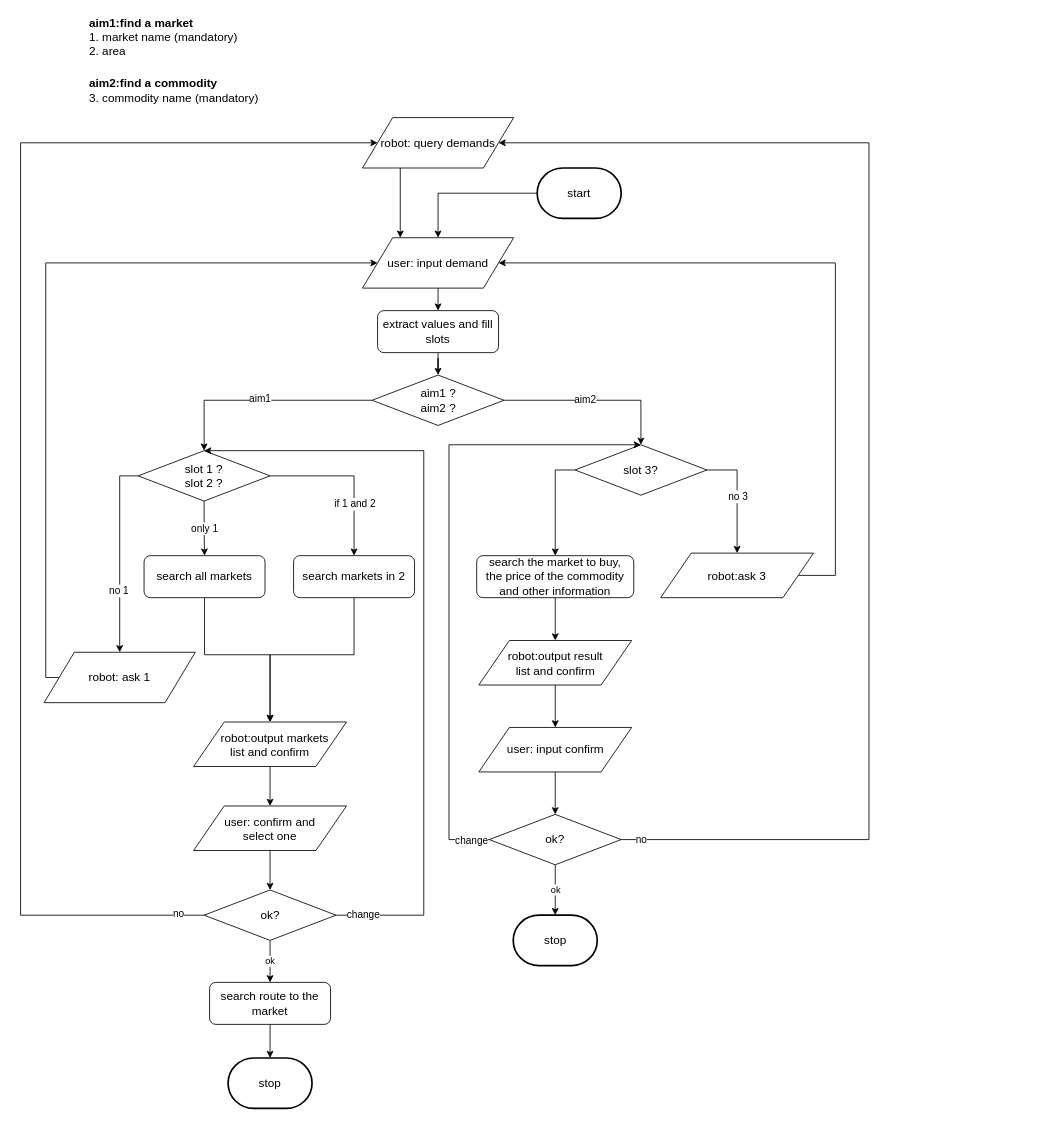
The draw.io diagram flow_diagram/shopping.drawio in ricosr/travel_consult_chatbot, before the edit. Source tidied: cells renumbered, new cells numbered last; positions are measured from the earlier drawing's top-left corner, leaving out a move shared by most shapes. Both pictures are drawn from the tidied source at 84%, with x=0, y=0 at pixel (20, 14).
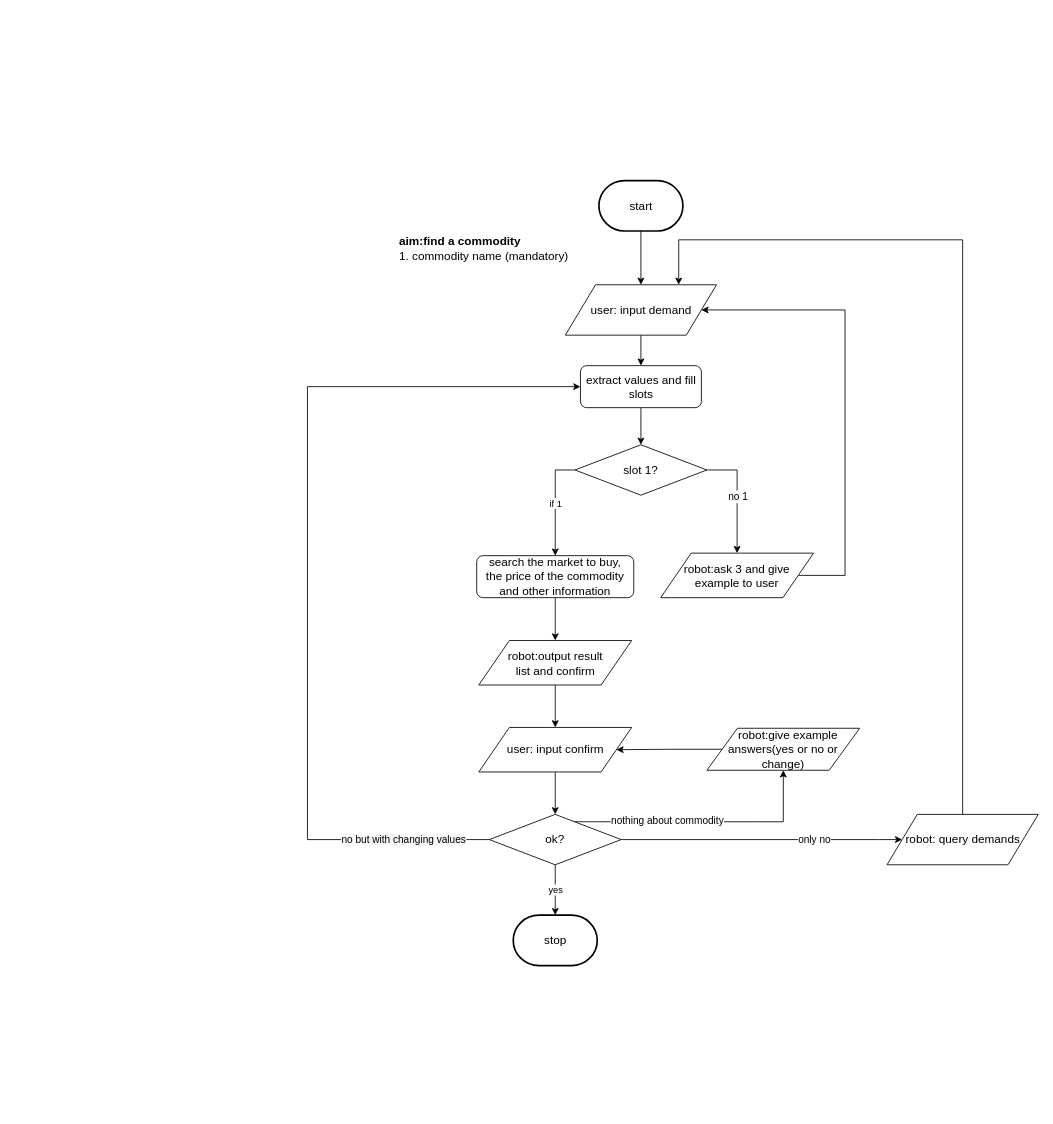
Above is the later version.

Unchanged cells that the change refers to:
```xml
<mxCell id="22" style="edgeStyle=orthogonalEdgeStyle;rounded=0;jettySize=auto;html=1;exitX=1;exitY=0.5;exitDx=0;exitDy=0;entryX=0.5;entryY=0;entryDx=0;entryDy=0;" parent="1" edge="1" source="25" target="57">
  <mxGeometry relative="1" as="geometry" />
</mxCell>
<mxCell id="28" value="&lt;span style=&quot;font-size: 14px&quot;&gt;search the market to buy,&lt;br&gt;the price of the commodity and other information&lt;br&gt;&lt;/span&gt;" style="rounded=1;whiteSpace=wrap;html=1;" parent="1" vertex="1">
  <mxGeometry x="543" y="644" width="187" height="50" as="geometry" />
</mxCell>
<mxCell id="43" value="&lt;font style=&quot;font-size: 14px&quot;&gt;ok?&lt;br&gt;&lt;/font&gt;" style="rhombus;whiteSpace=wrap;html=1;" parent="1" vertex="1">
  <mxGeometry x="558" y="952" width="157" height="60" as="geometry" />
</mxCell>
<mxCell id="54" value="&lt;font style=&quot;font-size: 14px&quot;&gt;stop&lt;/font&gt;" style="strokeWidth=2;html=1;shape=mxgraph.flowchart.terminator;whiteSpace=wrap;" parent="1" vertex="1">
  <mxGeometry x="586.5" y="1072" width="100" height="60" as="geometry" />
</mxCell>
<mxCell id="56" value="&lt;span style=&quot;font-size: 14px&quot;&gt;user: input confirm&lt;/span&gt;" style="shape=parallelogram;perimeter=parallelogramPerimeter;whiteSpace=wrap;html=1;" parent="1" vertex="1">
  <mxGeometry x="545.5" y="848.5" width="182" height="53" as="geometry" />
</mxCell>
```

Change to the diagram source:
```diff
@@
-    <mxCell id="2" style="edgeStyle=orthogonalEdgeStyle;rounded=0;jettySize=auto;html=1;exitX=0;exitY=0.5;exitDx=0;exitDy=0;entryX=0.5;entryY=0;entryDx=0;entryDy=0;" parent="1" edge="1" source="6" target="18">
-      <mxGeometry relative="1" as="geometry" />
-    </mxCell>
-    <mxCell id="3" value="aim1" style="text;html=1;align=center;verticalAlign=middle;labelBackgroundColor=#ffffff;" parent="2" vertex="1">
-      <mxGeometry x="0.03" y="-2" relative="1" as="geometry" />
-    </mxCell>
-    <mxCell id="4" style="edgeStyle=orthogonalEdgeStyle;rounded=0;jettySize=auto;html=1;exitX=1;exitY=0.5;exitDx=0;exitDy=0;entryX=0.5;entryY=0;entryDx=0;entryDy=0;" parent="1" edge="1" source="6" target="25">
-      <mxGeometry relative="1" as="geometry" />
-    </mxCell>
-    <mxCell id="5" value="aim2" style="text;html=1;align=center;verticalAlign=middle;labelBackgroundColor=#ffffff;" parent="4" vertex="1">
-      <mxGeometry x="-0.11" y="1" relative="1" as="geometry" />
-    </mxCell>
-    <mxCell id="6" value="&lt;font style=&quot;font-size: 14px&quot;&gt;aim1 ?&lt;br&gt;aim2 ?&lt;/font&gt;" style="rhombus;whiteSpace=wrap;html=1;" parent="1" vertex="1">
-      <mxGeometry x="418.5" y="429" width="157" height="60" as="geometry" />
-    </mxCell>
-    <mxCell id="7" value="&lt;font style=&quot;font-size: 14px&quot;&gt;&lt;b&gt;aim1:find a market&lt;/b&gt;&lt;br&gt;1. market name (mandatory)&lt;br&gt;2. area&lt;br&gt;&lt;/font&gt;" style="text;html=1;strokeColor=none;fillColor=none;align=left;verticalAlign=middle;whiteSpace=wrap;rounded=0;" parent="1" vertex="1">
-      <mxGeometry x="80" y="-0.5" width="191" height="55" as="geometry" />
-    </mxCell>
-    <mxCell id="8" value="&lt;font style=&quot;font-size: 14px&quot;&gt;&lt;b&gt;aim2:find a commodity&lt;/b&gt;&lt;br&gt;3.&amp;nbsp;commodity&amp;nbsp;name (mandatory)&lt;br&gt;&lt;/font&gt;" style="text;html=1;strokeColor=none;fillColor=none;align=left;verticalAlign=middle;whiteSpace=wrap;rounded=0;" parent="1" vertex="1">
-      <mxGeometry x="80" y="60" width="211" height="60" as="geometry" />
+    <mxCell id="8" value="&lt;font style=&quot;font-size: 14px&quot;&gt;&lt;b&gt;aim:find a commodity&lt;/b&gt;&lt;br&gt;1.&amp;nbsp;commodity&amp;nbsp;name (mandatory)&lt;br&gt;&lt;/font&gt;" style="text;html=1;strokeColor=none;fillColor=none;align=left;verticalAlign=middle;whiteSpace=wrap;rounded=0;" parent="1" vertex="1">
+      <mxGeometry x="449" y="248" width="211" height="60" as="geometry" />
     </mxCell>
@@
-    <mxCell id="10" style="edgeStyle=orthogonalEdgeStyle;rounded=0;jettySize=auto;html=1;exitX=0.5;exitY=1;exitDx=0;exitDy=0;entryX=0.5;entryY=0;entryDx=0;entryDy=0;" parent="1" edge="1" source="11" target="52">
-      <mxGeometry relative="1" as="geometry">
-        <Array as="points">
-          <mxPoint x="219" y="762" />
-          <mxPoint x="297" y="762" />
-        </Array>
-      </mxGeometry>
-    </mxCell>
-    <mxCell id="11" value="&lt;span style=&quot;font-size: 14px&quot;&gt;search all markets&lt;/span&gt;" style="rounded=1;whiteSpace=wrap;html=1;" parent="1" vertex="1">
-      <mxGeometry x="147" y="644" width="144" height="50" as="geometry" />
-    </mxCell>
-    <mxCell id="12" style="edgeStyle=orthogonalEdgeStyle;rounded=0;jettySize=auto;html=1;exitX=0;exitY=0.5;exitDx=0;exitDy=0;entryX=0.5;entryY=0;entryDx=0;entryDy=0;" parent="1" edge="1" source="18" target="51">
-      <mxGeometry relative="1" as="geometry" />
-    </mxCell>
-    <mxCell id="13" value="no 1" style="text;html=1;align=center;verticalAlign=middle;labelBackgroundColor=#ffffff;" parent="12" vertex="1">
-      <mxGeometry x="0.36" y="-2" relative="1" as="geometry" />
-    </mxCell>
-    <mxCell id="14" style="edgeStyle=orthogonalEdgeStyle;rounded=0;jettySize=auto;html=1;exitX=1;exitY=0.5;exitDx=0;exitDy=0;entryX=0.5;entryY=0;entryDx=0;entryDy=0;" parent="1" edge="1" source="18" target="20">
-      <mxGeometry relative="1" as="geometry" />
-    </mxCell>
-    <mxCell id="15" value="if 1 and 2" style="text;html=1;align=center;verticalAlign=middle;labelBackgroundColor=#ffffff;" parent="14" vertex="1">
-      <mxGeometry x="0.36" relative="1" as="geometry" />
-    </mxCell>
-    <mxCell id="16" style="edgeStyle=orthogonalEdgeStyle;rounded=0;jettySize=auto;html=1;exitX=0.5;exitY=1;exitDx=0;exitDy=0;entryX=0.5;entryY=0;entryDx=0;entryDy=0;" parent="1" edge="1" source="18" target="11">
-      <mxGeometry relative="1" as="geometry" />
-    </mxCell>
-    <mxCell id="17" value="only 1" style="text;html=1;align=center;verticalAlign=middle;labelBackgroundColor=#ffffff;" parent="16" vertex="1">
-      <mxGeometry y="-23" relative="1" as="geometry">
-        <mxPoint x="22.5" as="offset" />
-      </mxGeometry>
-    </mxCell>
-    <mxCell id="18" value="&lt;font style=&quot;font-size: 14px&quot;&gt;slot 1 ?&lt;br&gt;slot 2 ?&lt;br&gt;&lt;/font&gt;" style="rhombus;whiteSpace=wrap;html=1;" parent="1" vertex="1">
-      <mxGeometry x="140" y="519" width="157" height="60" as="geometry" />
-    </mxCell>
-    <mxCell id="19" style="edgeStyle=orthogonalEdgeStyle;rounded=0;jettySize=auto;html=1;exitX=0.5;exitY=1;exitDx=0;exitDy=0;entryX=0.5;entryY=0;entryDx=0;entryDy=0;" parent="1" edge="1" source="20" target="52">
-      <mxGeometry relative="1" as="geometry">
-        <Array as="points">
-          <mxPoint x="397" y="762" />
-          <mxPoint x="297" y="762" />
-        </Array>
-      </mxGeometry>
-    </mxCell>
-    <mxCell id="20" value="&lt;span style=&quot;font-size: 14px&quot;&gt;search markets in 2&lt;/span&gt;" style="rounded=1;whiteSpace=wrap;html=1;" parent="1" vertex="1">
-      <mxGeometry x="325" y="644" width="144" height="50" as="geometry" />
-    </mxCell>
-    <mxCell id="21" style="edgeStyle=orthogonalEdgeStyle;rounded=0;jettySize=auto;html=1;exitX=0.5;exitY=1;exitDx=0;exitDy=0;entryX=0.5;entryY=0;entryDx=0;entryDy=0;" parent="1" edge="1" source="52" target="53">
-      <mxGeometry relative="1" as="geometry" />
-    </mxCell>
@@
-    <mxCell id="23" value="no 3" style="text;html=1;align=center;verticalAlign=middle;labelBackgroundColor=#ffffff;" parent="22" vertex="1">
+    <mxCell id="23" value="no 1" style="text;html=1;align=center;verticalAlign=middle;labelBackgroundColor=#ffffff;" parent="22" vertex="1">
       <mxGeometry relative="1" as="geometry">
         <mxPoint y="-1" as="offset" />
       </mxGeometry>
     </mxCell>
-    <mxCell id="24" style="edgeStyle=orthogonalEdgeStyle;rounded=0;jettySize=auto;html=1;exitX=0;exitY=0.5;exitDx=0;exitDy=0;" parent="1" edge="1" source="25" target="28">
+    <mxCell id="24" value="if 1" style="edgeStyle=orthogonalEdgeStyle;rounded=0;jettySize=auto;html=1;exitX=0;exitY=0.5;exitDx=0;exitDy=0;" parent="1" edge="1" source="25" target="28">
       <mxGeometry relative="1" as="geometry" />
     </mxCell>
-    <mxCell id="25" value="&lt;font style=&quot;font-size: 14px&quot;&gt;slot 3?&lt;br&gt;&lt;/font&gt;" style="rhombus;whiteSpace=wrap;html=1;" parent="1" vertex="1">
+    <mxCell id="25" value="&lt;font style=&quot;font-size: 14px&quot;&gt;slot 1?&lt;br&gt;&lt;/font&gt;" style="rhombus;whiteSpace=wrap;html=1;" parent="1" vertex="1">
       <mxGeometry x="660" y="512" width="157" height="60" as="geometry" />
     </mxCell>
     <mxCell id="26" style="edgeStyle=orthogonalEdgeStyle;rounded=0;jettySize=auto;html=1;exitX=1;exitY=0.5;exitDx=0;exitDy=0;entryX=1;entryY=0.5;entryDx=0;entryDy=0;" parent="1" edge="1" source="57" target="49">
       <mxGeometry relative="1" as="geometry">
         <Array as="points">
-          <mxPoint x="926" y="667" />
-          <mxPoint x="970" y="667" />
-          <mxPoint x="970" y="296" />
+          <mxPoint x="981.5" y="668" />
+          <mxPoint x="981.5" y="352" />
         </Array>
       </mxGeometry>
     </mxCell>
@@
-    <mxCell id="30" value="ok" style="edgeStyle=orthogonalEdgeStyle;rounded=0;jettySize=auto;html=1;exitX=0.5;exitY=1;exitDx=0;exitDy=0;entryX=0.5;entryY=0;entryDx=0;entryDy=0;" parent="1" edge="1" source="35" target="59">
-      <mxGeometry relative="1" as="geometry" />
-    </mxCell>
-    <mxCell id="31" style="edgeStyle=orthogonalEdgeStyle;rounded=0;jettySize=auto;html=1;exitX=1;exitY=0.5;exitDx=0;exitDy=0;entryX=0.5;entryY=0;entryDx=0;entryDy=0;" parent="1" edge="1" source="35" target="18">
-      <mxGeometry relative="1" as="geometry">
-        <Array as="points">
-          <mxPoint x="480" y="1072" />
-          <mxPoint x="480" y="519" />
-        </Array>
-      </mxGeometry>
-    </mxCell>
-    <mxCell id="32" value="change" style="text;html=1;align=center;verticalAlign=middle;labelBackgroundColor=#ffffff;" parent="31" vertex="1">
-      <mxGeometry x="-0.93" y="1" relative="1" as="geometry" />
-    </mxCell>
-    <mxCell id="33" style="edgeStyle=orthogonalEdgeStyle;rounded=0;jettySize=auto;html=1;exitX=0;exitY=0.5;exitDx=0;exitDy=0;entryX=0;entryY=0.5;entryDx=0;entryDy=0;" parent="1" edge="1" source="35" target="48">
-      <mxGeometry relative="1" as="geometry">
-        <Array as="points">
-          <mxPoint y="1072" />
-          <mxPoint y="153" />
-        </Array>
-      </mxGeometry>
-    </mxCell>
-    <mxCell id="34" value="no" style="text;html=1;align=center;verticalAlign=middle;labelBackgroundColor=#ffffff;" parent="33" vertex="1">
-      <mxGeometry x="-0.96" y="-2" relative="1" as="geometry" />
-    </mxCell>
-    <mxCell id="35" value="&lt;font style=&quot;font-size: 14px&quot;&gt;ok?&lt;br&gt;&lt;/font&gt;" style="rhombus;whiteSpace=wrap;html=1;" parent="1" vertex="1">
-      <mxGeometry x="218.5" y="1042" width="157" height="60" as="geometry" />
-    </mxCell>
-    <mxCell id="36" style="edgeStyle=orthogonalEdgeStyle;rounded=0;jettySize=auto;html=1;exitX=0.5;exitY=1;exitDx=0;exitDy=0;" parent="1" edge="1" source="53" target="35">
-      <mxGeometry relative="1" as="geometry" />
-    </mxCell>
@@
-    <mxCell id="38" value="ok" style="edgeStyle=orthogonalEdgeStyle;rounded=0;jettySize=auto;html=1;entryX=0.5;entryY=0;entryDx=0;entryDy=0;entryPerimeter=0;" parent="1" edge="1" source="43" target="54">
-      <mxGeometry relative="1" as="geometry" />
+    <mxCell id="38" value="yes" style="edgeStyle=orthogonalEdgeStyle;rounded=0;jettySize=auto;html=1;entryX=0.5;entryY=0;entryDx=0;entryDy=0;entryPerimeter=0;" parent="1" edge="1" source="43" target="54">
+      <mxGeometry relative="1" as="geometry">
+        <Array as="points">
+          <mxPoint x="636.5" y="1038" />
+          <mxPoint x="636.5" y="1038" />
+        </Array>
+      </mxGeometry>
     </mxCell>
-    <mxCell id="39" style="edgeStyle=orthogonalEdgeStyle;rounded=0;jettySize=auto;html=1;exitX=0;exitY=0.5;exitDx=0;exitDy=0;entryX=0.5;entryY=0;entryDx=0;entryDy=0;" parent="1" edge="1" source="43" target="25">
+    <mxCell id="39" style="edgeStyle=orthogonalEdgeStyle;rounded=0;jettySize=auto;html=1;exitX=0;exitY=0.5;exitDx=0;exitDy=0;entryX=0;entryY=0.5;entryDx=0;entryDy=0;" parent="1" edge="1" source="43" target="61">
       <mxGeometry relative="1" as="geometry">
         <Array as="points">
-          <mxPoint x="510" y="982" />
-          <mxPoint x="510" y="512" />
+          <mxPoint x="341.5" y="982" />
+          <mxPoint x="341.5" y="443" />
         </Array>
       </mxGeometry>
     </mxCell>
-    <mxCell id="40" value="change" style="text;html=1;align=center;verticalAlign=middle;labelBackgroundColor=#ffffff;" parent="39" vertex="1">
-      <mxGeometry x="-0.94" y="1" relative="1" as="geometry" />
-    </mxCell>
+    <mxCell id="62" value="&lt;span style=&quot;text-align: left ; background-color: rgb(248 , 249 , 250)&quot;&gt;no but with changing values&lt;/span&gt;" style="text;html=1;align=center;verticalAlign=middle;labelBackgroundColor=#ffffff;" parent="39" vertex="1">
+      <mxGeometry x="-0.76" relative="1" as="geometry">
+        <mxPoint x="27" as="offset" />
+      </mxGeometry>
+    </mxCell>
-    <mxCell id="41" style="edgeStyle=orthogonalEdgeStyle;rounded=0;jettySize=auto;html=1;exitX=1;exitY=0.5;exitDx=0;exitDy=0;entryX=1;entryY=0.5;entryDx=0;entryDy=0;" parent="1" edge="1" source="43" target="48">
+    <mxCell id="41" style="edgeStyle=orthogonalEdgeStyle;rounded=0;jettySize=auto;html=1;exitX=1;exitY=0.5;exitDx=0;exitDy=0;entryX=0;entryY=0.5;entryDx=0;entryDy=0;" parent="1" edge="1" source="43" target="48">
       <mxGeometry relative="1" as="geometry">
         <Array as="points">
-          <mxPoint x="1010" y="982" />
-          <mxPoint x="1010" y="153" />
+          <mxPoint x="1021.5" y="982" />
+          <mxPoint x="1021.5" y="982" />
         </Array>
       </mxGeometry>
     </mxCell>
-    <mxCell id="42" value="no" style="text;html=1;align=center;verticalAlign=middle;labelBackgroundColor=#ffffff;" parent="41" vertex="1">
-      <mxGeometry x="-0.97" y="1" relative="1" as="geometry" />
+    <mxCell id="42" value="only no" style="text;html=1;align=center;verticalAlign=middle;labelBackgroundColor=#ffffff;" parent="41" vertex="1">
+      <mxGeometry x="-0.97" y="1" relative="1" as="geometry">
+        <mxPoint x="224" y="1" as="offset" />
+      </mxGeometry>
     </mxCell>
+    <mxCell id="63" style="edgeStyle=orthogonalEdgeStyle;rounded=0;jettySize=auto;html=1;exitX=0.644;exitY=0.146;exitDx=0;exitDy=0;entryX=0.5;entryY=1;entryDx=0;entryDy=0;exitPerimeter=0;" parent="1" edge="1" source="43" target="67">
+      <mxGeometry relative="1" as="geometry" />
+    </mxCell>
+    <mxCell id="64" value="nothing about commodity" style="text;html=1;align=center;verticalAlign=middle;labelBackgroundColor=#ffffff;" parent="63" vertex="1">
+      <mxGeometry x="-0.29" y="1" relative="1" as="geometry" />
+    </mxCell>
@@
-    <mxCell id="44" value="&lt;font style=&quot;font-size: 14px&quot;&gt;stop&lt;/font&gt;" style="strokeWidth=2;html=1;shape=mxgraph.flowchart.terminator;whiteSpace=wrap;" parent="1" vertex="1">
-      <mxGeometry x="247" y="1242" width="100" height="60" as="geometry" />
-    </mxCell>
-    <mxCell id="45" style="edgeStyle=orthogonalEdgeStyle;rounded=0;jettySize=auto;html=1;exitX=0;exitY=0.5;exitDx=0;exitDy=0;exitPerimeter=0;entryX=0.5;entryY=0;entryDx=0;entryDy=0;" parent="1" edge="1" source="46" target="49">
+    <mxCell id="45" style="edgeStyle=orthogonalEdgeStyle;rounded=0;jettySize=auto;html=1;exitX=0.5;exitY=1;exitDx=0;exitDy=0;exitPerimeter=0;entryX=0.5;entryY=0;entryDx=0;entryDy=0;" parent="1" edge="1" source="46" target="49">
       <mxGeometry relative="1" as="geometry" />
     </mxCell>
     <mxCell id="46" value="&lt;span style=&quot;font-size: 14px&quot;&gt;start&lt;/span&gt;" style="strokeWidth=2;html=1;shape=mxgraph.flowchart.terminator;whiteSpace=wrap;" parent="1" vertex="1">
-      <mxGeometry x="615" y="182.5" width="100" height="60" as="geometry" />
+      <mxGeometry x="688.5" y="197.5" width="100" height="60" as="geometry" />
     </mxCell>
-    <mxCell id="47" style="edgeStyle=orthogonalEdgeStyle;rounded=0;jettySize=auto;html=1;exitX=0.25;exitY=1;exitDx=0;exitDy=0;entryX=0.25;entryY=0;entryDx=0;entryDy=0;" parent="1" edge="1" source="48" target="49">
-      <mxGeometry relative="1" as="geometry" />
+    <mxCell id="47" style="edgeStyle=orthogonalEdgeStyle;rounded=0;jettySize=auto;html=1;exitX=0.5;exitY=0;exitDx=0;exitDy=0;entryX=0.75;entryY=0;entryDx=0;entryDy=0;" parent="1" edge="1" source="48" target="49">
+      <mxGeometry relative="1" as="geometry">
+        <Array as="points">
+          <mxPoint x="1121.5" y="268" />
+          <mxPoint x="783.5" y="268" />
+        </Array>
+      </mxGeometry>
     </mxCell>
     <mxCell id="48" value="&lt;span style=&quot;font-size: 14px ; white-space: normal&quot;&gt;robot: query demands&lt;/span&gt;" style="shape=parallelogram;perimeter=parallelogramPerimeter;whiteSpace=wrap;html=1;" parent="1" vertex="1">
-      <mxGeometry x="407" y="122.5" width="180" height="60" as="geometry" />
+      <mxGeometry x="1031.5" y="952" width="180" height="60" as="geometry" />
     </mxCell>
     <mxCell id="49" value="&lt;span style=&quot;font-size: 14px ; white-space: normal&quot;&gt;user: input demand&lt;/span&gt;" style="shape=parallelogram;perimeter=parallelogramPerimeter;whiteSpace=wrap;html=1;" parent="1" vertex="1">
-      <mxGeometry x="407" y="265.5" width="180" height="60" as="geometry" />
+      <mxGeometry x="648.5" y="321.5" width="180" height="60" as="geometry" />
     </mxCell>
-    <mxCell id="50" style="edgeStyle=orthogonalEdgeStyle;rounded=0;jettySize=auto;html=1;exitX=0;exitY=0.5;exitDx=0;exitDy=0;entryX=0;entryY=0.5;entryDx=0;entryDy=0;" parent="1" edge="1" source="51" target="49">
-      <mxGeometry relative="1" as="geometry">
-        <Array as="points">
-          <mxPoint x="30" y="789" />
-          <mxPoint x="30" y="296" />
-        </Array>
-      </mxGeometry>
-    </mxCell>
-    <mxCell id="51" value="&lt;span style=&quot;font-size: 14px ; white-space: normal&quot;&gt;robot: ask 1&lt;/span&gt;" style="shape=parallelogram;perimeter=parallelogramPerimeter;whiteSpace=wrap;html=1;" parent="1" vertex="1">
-      <mxGeometry x="28" y="759" width="180" height="60" as="geometry" />
-    </mxCell>
-    <mxCell id="52" value="&lt;span style=&quot;font-size: 14px&quot;&gt;&amp;nbsp; &amp;nbsp;robot:output markets &lt;br&gt;list and confirm&lt;/span&gt;" style="shape=parallelogram;perimeter=parallelogramPerimeter;whiteSpace=wrap;html=1;" parent="1" vertex="1">
-      <mxGeometry x="206" y="842" width="182" height="53" as="geometry" />
-    </mxCell>
-    <mxCell id="53" value="&lt;span style=&quot;font-size: 14px&quot;&gt;user: confirm and &lt;br&gt;select one&lt;/span&gt;" style="shape=parallelogram;perimeter=parallelogramPerimeter;whiteSpace=wrap;html=1;" parent="1" vertex="1">
-      <mxGeometry x="206" y="942" width="182" height="53" as="geometry" />
-    </mxCell>
@@
-    <mxCell id="57" value="&lt;span style=&quot;font-size: 14px&quot;&gt;robot:ask 3&lt;/span&gt;" style="shape=parallelogram;perimeter=parallelogramPerimeter;whiteSpace=wrap;html=1;" parent="1" vertex="1">
+    <mxCell id="57" value="&lt;span style=&quot;font-size: 14px&quot;&gt;robot:ask 3 and give example to user&lt;/span&gt;" style="shape=parallelogram;perimeter=parallelogramPerimeter;whiteSpace=wrap;html=1;" parent="1" vertex="1">
       <mxGeometry x="762" y="641" width="182" height="53" as="geometry" />
     </mxCell>
-    <mxCell id="58" style="edgeStyle=orthogonalEdgeStyle;rounded=0;jettySize=auto;html=1;exitX=0.5;exitY=1;exitDx=0;exitDy=0;entryX=0.5;entryY=0;entryDx=0;entryDy=0;entryPerimeter=0;" parent="1" edge="1" source="59" target="44">
-      <mxGeometry relative="1" as="geometry" />
-    </mxCell>
-    <mxCell id="59" value="&lt;span style=&quot;font-size: 14px&quot;&gt;search route to the market&lt;/span&gt;" style="rounded=1;whiteSpace=wrap;html=1;" parent="1" vertex="1">
-      <mxGeometry x="225" y="1152" width="144" height="50" as="geometry" />
-    </mxCell>
-    <mxCell id="60" style="edgeStyle=orthogonalEdgeStyle;rounded=0;jettySize=auto;html=1;" parent="1" edge="1" source="61" target="6">
-      <mxGeometry relative="1" as="geometry" />
-    </mxCell>
+    <mxCell id="65" style="edgeStyle=orthogonalEdgeStyle;rounded=0;jettySize=auto;html=1;exitX=0.5;exitY=1;exitDx=0;exitDy=0;entryX=0.5;entryY=0;entryDx=0;entryDy=0;" parent="1" edge="1" source="61" target="25">
+      <mxGeometry relative="1" as="geometry" />
+    </mxCell>
     <mxCell id="61" value="&lt;font style=&quot;font-size: 14px&quot;&gt;extract values and fill slots&lt;/font&gt;" style="rounded=1;whiteSpace=wrap;html=1;" parent="1" vertex="1">
-      <mxGeometry x="425" y="352.3" width="144" height="50" as="geometry" />
+      <mxGeometry x="666.5" y="417.8" width="144" height="50" as="geometry" />
     </mxCell>
+    <mxCell id="66" style="edgeStyle=orthogonalEdgeStyle;rounded=0;jettySize=auto;html=1;exitX=0;exitY=0.5;exitDx=0;exitDy=0;entryX=1;entryY=0.5;entryDx=0;entryDy=0;" parent="1" edge="1" source="67" target="56">
+      <mxGeometry relative="1" as="geometry" />
+    </mxCell>
+    <mxCell id="67" value="&lt;span style=&quot;font-size: 14px&quot;&gt;&amp;nbsp; &amp;nbsp;robot:give example answers(yes or no or change)&lt;/span&gt;" style="shape=parallelogram;perimeter=parallelogramPerimeter;whiteSpace=wrap;html=1;" parent="1" vertex="1">
+      <mxGeometry x="817" y="849.5" width="182" height="50" as="geometry" />
+    </mxCell>
```
